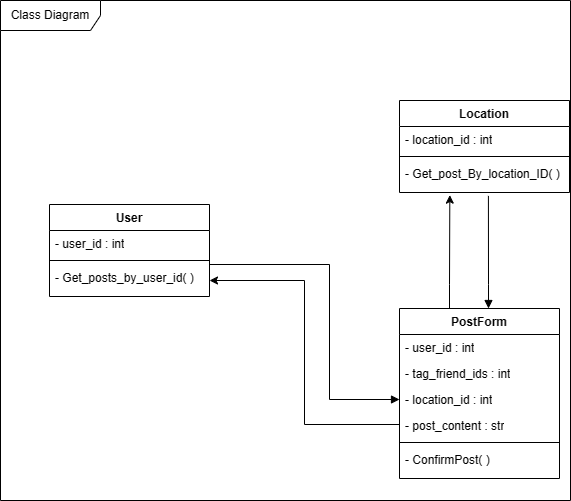
This is class.drawio.png from G4-SDPX/FBX_API, a draw.io export, as it was before one commit. Source tidied: cells renumbered, new cells last; positions are measured from the earlier drawing's top-left corner, leaving out a move shared by most shapes.
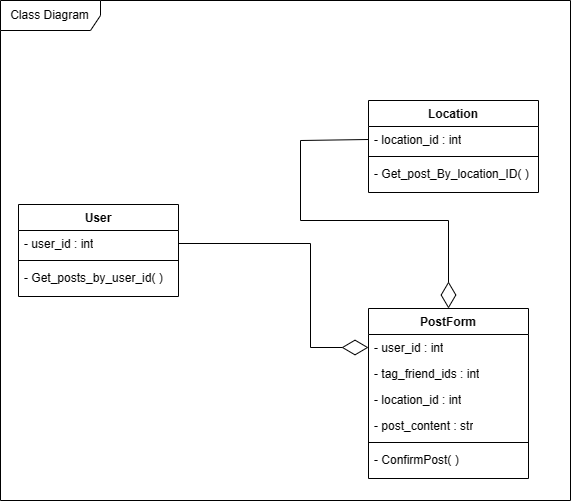
The same file after the commit.

What changed in the source:
```diff
@@ -14,74 +14,59 @@
     <mxCell id="5" value="-&amp;nbsp;Get_post_By_location_ID( )" style="text;strokeColor=none;fillColor=none;align=left;verticalAlign=top;spacingLeft=4;spacingRight=4;overflow=hidden;points=[[0,0.5],[1,0.5]];portConstraint=eastwest;whiteSpace=wrap;html=1;" parent="2" vertex="1">
       <mxGeometry y="60" width="170" height="32" as="geometry" />
     </mxCell>
-    <mxCell id="6" style="edgeStyle=orthogonalEdgeStyle;rounded=0;jettySize=auto;html=1;endArrow=block;endFill=1;exitX=0.523;exitY=1.106;exitDx=0;exitDy=0;exitPerimeter=0;" parent="1" edge="1" source="5" target="12">
-      <mxGeometry relative="1" as="geometry">
-        <Array as="points">
-          <mxPoint x="488" y="284" />
-          <mxPoint x="488" y="284" />
-        </Array>
-      </mxGeometry>
+    <mxCell id="6" value="User" style="swimlane;fontStyle=1;align=center;verticalAlign=top;horizontal=1;startSize=26;whiteSpace=wrap;html=1;" parent="1" vertex="1">
+      <mxGeometry x="49" y="204" width="160" height="92" as="geometry" />
     </mxCell>
-    <mxCell id="7" value="User" style="swimlane;fontStyle=1;align=center;verticalAlign=top;horizontal=1;startSize=26;whiteSpace=wrap;html=1;" parent="1" vertex="1">
-      <mxGeometry x="49" y="204" width="160" height="92" as="geometry" />
+    <mxCell id="7" value="-&amp;nbsp;user_id :&amp;nbsp;int" style="text;strokeColor=none;fillColor=none;align=left;verticalAlign=top;spacingLeft=4;spacingRight=4;overflow=hidden;points=[[0,0.5],[1,0.5]];portConstraint=eastwest;whiteSpace=wrap;html=1;" parent="6" vertex="1">
+      <mxGeometry y="26" width="160" height="26" as="geometry" />
     </mxCell>
-    <mxCell id="8" value="-&amp;nbsp;user_id :&amp;nbsp;int" style="text;strokeColor=none;fillColor=none;align=left;verticalAlign=top;spacingLeft=4;spacingRight=4;overflow=hidden;whiteSpace=wrap;html=1;" parent="7" vertex="1">
-      <mxGeometry y="26" width="160" height="26" as="geometry" />
+    <mxCell id="8" style="line;strokeWidth=1;fillColor=none;align=left;verticalAlign=middle;spacingTop=-1;spacingLeft=3;spacingRight=3;labelPosition=right;strokeColor=inherit;" parent="6" vertex="1">
+      <mxGeometry y="52" width="160" height="8" as="geometry" />
     </mxCell>
-    <mxCell id="9" style="line;strokeWidth=1;fillColor=none;align=left;verticalAlign=middle;spacingTop=-1;spacingLeft=3;spacingRight=3;labelPosition=right;strokeColor=inherit;" parent="7" vertex="1">
-      <mxGeometry y="52" width="160" height="8" as="geometry" />
+    <mxCell id="9" value="- Get_posts_by_user_id( )" style="text;strokeColor=none;fillColor=none;align=left;verticalAlign=top;spacingLeft=4;spacingRight=4;overflow=hidden;whiteSpace=wrap;html=1;" parent="6" vertex="1">
+      <mxGeometry y="60" width="160" height="32" as="geometry" />
     </mxCell>
-    <mxCell id="10" value="- Get_posts_by_user_id( )" style="text;strokeColor=none;fillColor=none;align=left;verticalAlign=top;spacingLeft=4;spacingRight=4;overflow=hidden;points=[[0,0.5],[1,0.5]];portConstraint=eastwest;whiteSpace=wrap;html=1;" parent="7" vertex="1">
-      <mxGeometry y="60" width="160" height="32" as="geometry" />
+    <mxCell id="10" value="PostForm" style="swimlane;fontStyle=1;align=center;verticalAlign=top;horizontal=1;startSize=26;whiteSpace=wrap;html=1;" parent="1" vertex="1">
+      <mxGeometry x="399" y="308" width="160" height="170" as="geometry" />
     </mxCell>
-    <mxCell id="11" style="edgeStyle=orthogonalEdgeStyle;rounded=0;jettySize=auto;html=1;entryX=0;entryY=0.5;entryDx=0;entryDy=0;endArrow=block;endFill=1;" parent="1" edge="1" source="10" target="15">
-      <mxGeometry relative="1" as="geometry">
-        <Array as="points">
-          <mxPoint x="329" y="264" />
-          <mxPoint x="329" y="399" />
-        </Array>
-      </mxGeometry>
+    <mxCell id="11" value="-&amp;nbsp;user_id :&amp;nbsp;int" style="text;strokeColor=none;fillColor=none;align=left;verticalAlign=top;spacingLeft=4;spacingRight=4;overflow=hidden;points=[[0,0.5],[1,0.5]];portConstraint=eastwest;whiteSpace=wrap;html=1;" parent="10" vertex="1">
+      <mxGeometry y="26" width="160" height="26" as="geometry" />
     </mxCell>
-    <mxCell id="12" value="PostForm" style="swimlane;fontStyle=1;align=center;verticalAlign=top;horizontal=1;startSize=26;whiteSpace=wrap;html=1;" parent="1" vertex="1">
-      <mxGeometry x="399" y="308" width="160" height="170" as="geometry" />
+    <mxCell id="12" value="-&amp;nbsp;tag_friend_ids : int" style="text;strokeColor=none;fillColor=none;align=left;verticalAlign=top;spacingLeft=4;spacingRight=4;overflow=hidden;points=[[0,0.5],[1,0.5]];portConstraint=eastwest;whiteSpace=wrap;html=1;" parent="10" vertex="1">
+      <mxGeometry y="52" width="160" height="26" as="geometry" />
     </mxCell>
-    <mxCell id="13" value="-&amp;nbsp;user_id :&amp;nbsp;int" style="text;strokeColor=none;fillColor=none;align=left;verticalAlign=top;spacingLeft=4;spacingRight=4;overflow=hidden;whiteSpace=wrap;html=1;" parent="12" vertex="1">
-      <mxGeometry y="26" width="160" height="26" as="geometry" />
+    <mxCell id="13" value="-&amp;nbsp;location_id : int" style="text;strokeColor=none;fillColor=none;align=left;verticalAlign=top;spacingLeft=4;spacingRight=4;overflow=hidden;whiteSpace=wrap;html=1;" parent="10" vertex="1">
+      <mxGeometry y="78" width="160" height="26" as="geometry" />
     </mxCell>
-    <mxCell id="14" value="-&amp;nbsp;tag_friend_ids : int" style="text;strokeColor=none;fillColor=none;align=left;verticalAlign=top;spacingLeft=4;spacingRight=4;overflow=hidden;whiteSpace=wrap;html=1;" parent="12" vertex="1">
-      <mxGeometry y="52" width="160" height="26" as="geometry" />
+    <mxCell id="14" value="-&amp;nbsp;post_content&amp;nbsp;: str" style="text;strokeColor=none;fillColor=none;align=left;verticalAlign=top;spacingLeft=4;spacingRight=4;overflow=hidden;whiteSpace=wrap;html=1;" parent="10" vertex="1">
+      <mxGeometry y="104" width="160" height="26" as="geometry" />
     </mxCell>
-    <mxCell id="15" value="-&amp;nbsp;location_id : int" style="text;strokeColor=none;fillColor=none;align=left;verticalAlign=top;spacingLeft=4;spacingRight=4;overflow=hidden;points=[[0,0.5],[1,0.5]];portConstraint=eastwest;whiteSpace=wrap;html=1;" parent="12" vertex="1">
-      <mxGeometry y="78" width="160" height="26" as="geometry" />
+    <mxCell id="15" style="line;strokeWidth=1;fillColor=none;align=left;verticalAlign=middle;spacingTop=-1;spacingLeft=3;spacingRight=3;labelPosition=right;points=[];portConstraint=eastwest;strokeColor=inherit;" parent="10" vertex="1">
+      <mxGeometry y="130" width="160" height="8" as="geometry" />
     </mxCell>
-    <mxCell id="16" value="-&amp;nbsp;post_content&amp;nbsp;: str" style="text;strokeColor=none;fillColor=none;align=left;verticalAlign=top;spacingLeft=4;spacingRight=4;overflow=hidden;whiteSpace=wrap;html=1;" parent="12" vertex="1">
-      <mxGeometry y="104" width="160" height="26" as="geometry" />
+    <mxCell id="16" value="- ConfirmPost( )" style="text;strokeColor=none;fillColor=none;align=left;verticalAlign=top;spacingLeft=4;spacingRight=4;overflow=hidden;whiteSpace=wrap;html=1;" parent="10" vertex="1">
+      <mxGeometry y="138" width="160" height="32" as="geometry" />
     </mxCell>
-    <mxCell id="17" style="line;strokeWidth=1;fillColor=none;align=left;verticalAlign=middle;spacingTop=-1;spacingLeft=3;spacingRight=3;labelPosition=right;strokeColor=inherit;" parent="12" vertex="1">
-      <mxGeometry y="130" width="160" height="8" as="geometry" />
+    <mxCell id="17" value="Class Diagram" style="shape=umlFrame;whiteSpace=wrap;html=1;width=100;height=30;" parent="1" vertex="1">
+      <mxGeometry x="31" width="570" height="500" as="geometry" />
     </mxCell>
-    <mxCell id="18" value="- ConfirmPost( )" style="text;strokeColor=none;fillColor=none;align=left;verticalAlign=top;spacingLeft=4;spacingRight=4;overflow=hidden;points=[[0,0.5],[1,0.5]];portConstraint=eastwest;whiteSpace=wrap;html=1;" parent="12" vertex="1">
-      <mxGeometry y="138" width="160" height="32" as="geometry" />
+    <mxCell id="18" style="endArrow=diamondThin;endFill=0;endSize=24;html=1;rounded=0;entryX=0.5;entryY=0;entryDx=0;entryDy=0;exitX=0;exitY=0.5;exitDx=0;exitDy=0;" parent="1" edge="1" source="3">
+      <mxGeometry relative="1" as="geometry">
+        <mxPoint x="479" y="308" as="targetPoint" />
+        <Array as="points">
+          <mxPoint x="331" y="140" />
+          <mxPoint x="331" y="220" />
+          <mxPoint x="479" y="220" />
+        </Array>
+      </mxGeometry>
     </mxCell>
-    <mxCell id="19" style="edgeStyle=orthogonalEdgeStyle;rounded=0;jettySize=auto;html=1;" parent="1" edge="1" source="18" target="10">
+    <mxCell id="19" style="endArrow=diamondThin;endFill=0;endSize=24;html=1;rounded=0;entryX=0;entryY=0.5;entryDx=0;entryDy=0;exitX=1;exitY=0.5;exitDx=0;exitDy=0;" parent="1" edge="1" source="7" target="11">
       <mxGeometry relative="1" as="geometry">
         <Array as="points">
-          <mxPoint x="399" y="424" />
-          <mxPoint x="304" y="424" />
-          <mxPoint x="304" y="280" />
+          <mxPoint x="341" y="243" />
+          <mxPoint x="341" y="347" />
         </Array>
       </mxGeometry>
     </mxCell>
-    <mxCell id="20" style="edgeStyle=orthogonalEdgeStyle;rounded=0;jettySize=auto;html=1;entryX=0.296;entryY=1.082;entryDx=0;entryDy=0;entryPerimeter=0;" parent="1" edge="1" source="12" target="5">
-      <mxGeometry relative="1" as="geometry">
-        <Array as="points">
-          <mxPoint x="449" y="284" />
-          <mxPoint x="449" y="284" />
-        </Array>
-      </mxGeometry>
-    </mxCell>
-    <mxCell id="21" value="Class Diagram" style="shape=umlFrame;whiteSpace=wrap;html=1;width=100;height=30;" parent="1" vertex="1">
-      <mxGeometry width="570" height="500" as="geometry" />
-    </mxCell>
   </root>
 </mxGraphModel>
```
